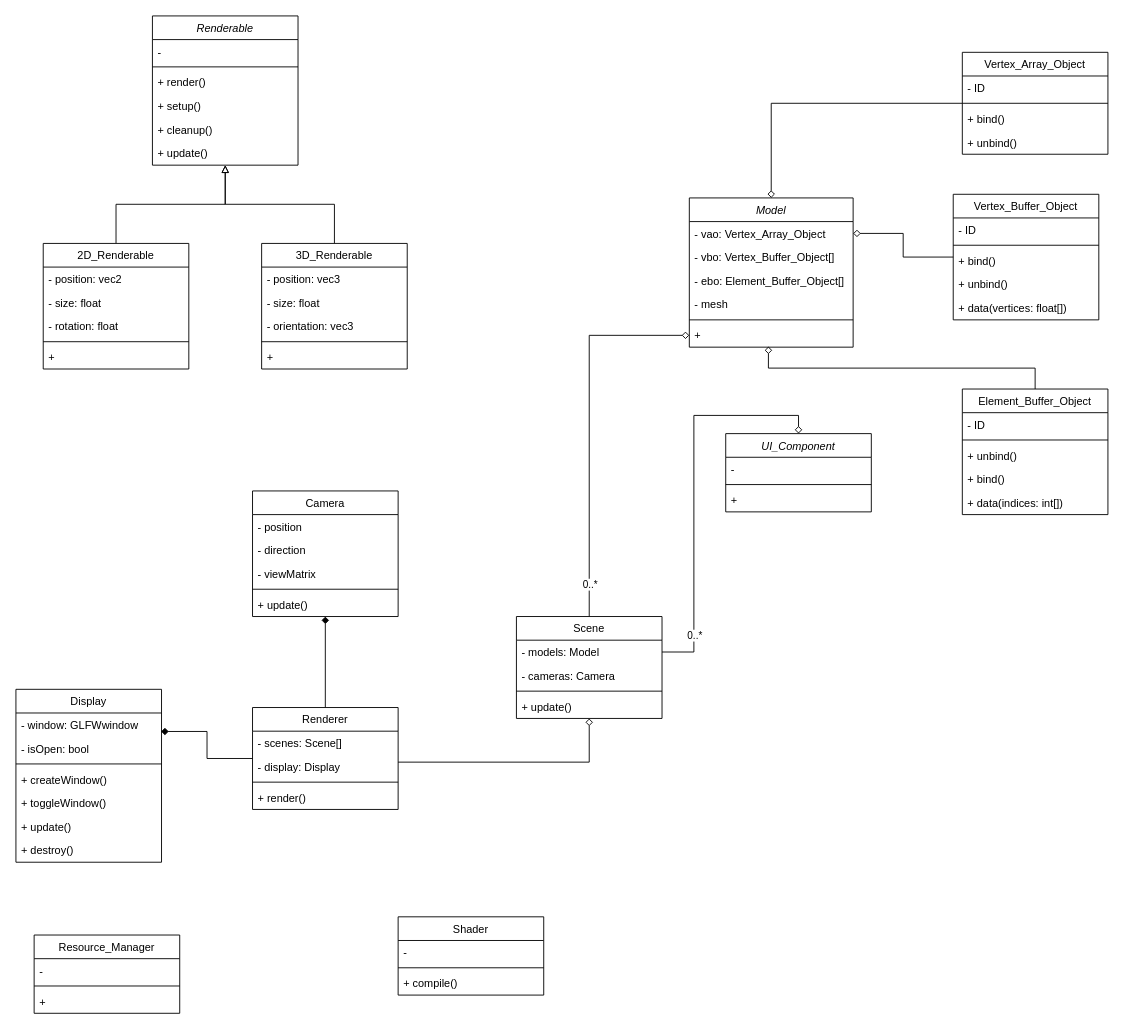
Earlier version of the draw.io diagram Render_Engine.drawio (harriszk/science). Source tidied: cells renumbered, new cells numbered last; positions are measured from the earlier drawing's top-left corner, leaving out a move shared by most shapes. Both pictures are drawn from the tidied source at 91%, with x=0, y=0 at pixel (15, 15).
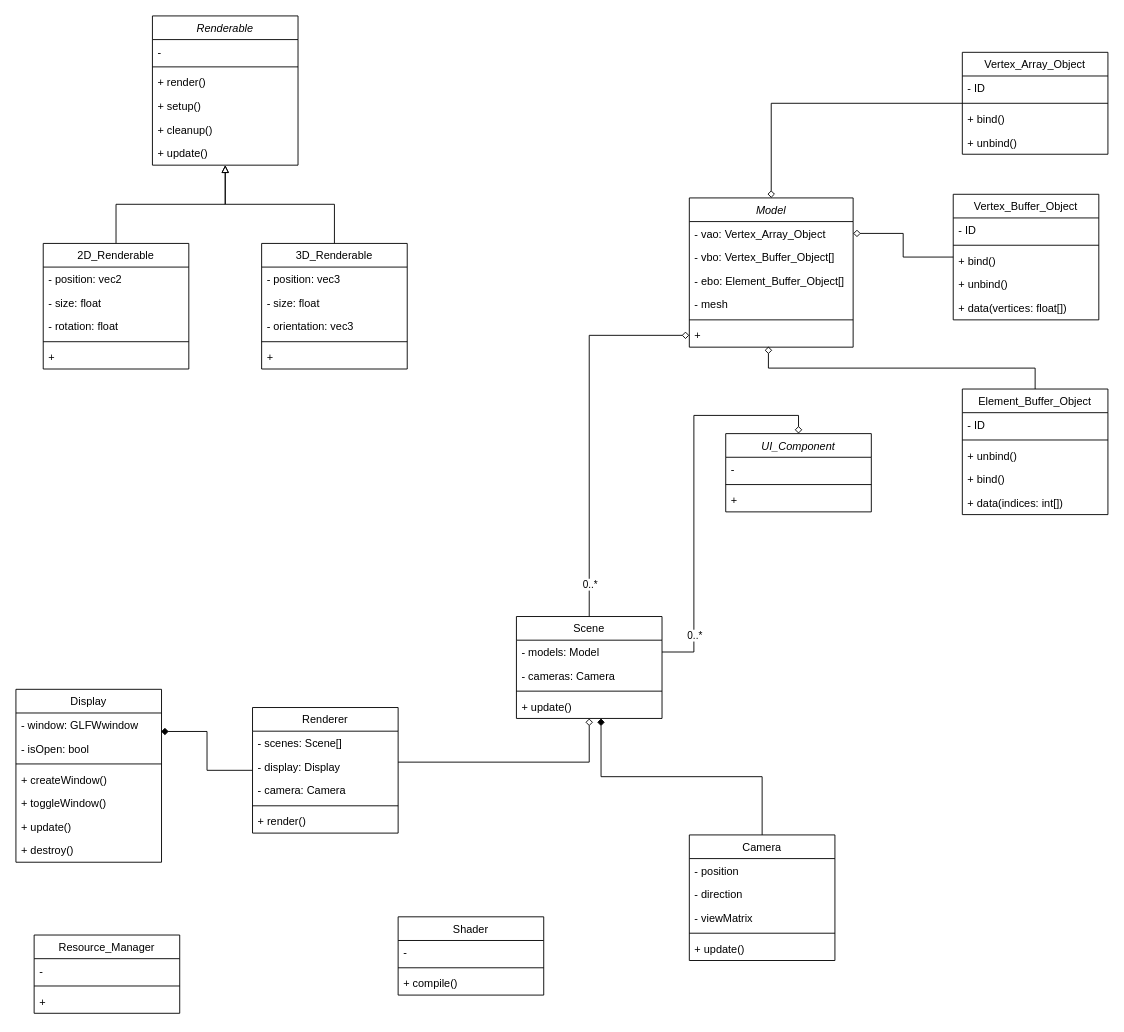
After the change.

The change refers to these unchanged cells:
```xml
<mxCell id="66" value="+ update()" style="text;align=left;verticalAlign=top;spacingLeft=4;spacingRight=4;overflow=hidden;points=[[0,0.5],[1,0.5]];portConstraint=eastwest;fontStyle=0;" parent="62" vertex="1">
  <mxGeometry y="86" width="160" height="26" as="geometry" />
</mxCell>
```

Diff of the diagram source:
```diff
@@
+    <mxCell id="93" style="edgeStyle=orthogonalEdgeStyle;rounded=0;html=1;entryX=0.581;entryY=1;entryDx=0;entryDy=0;entryPerimeter=0;endArrow=diamond;endFill=1;" parent="1" edge="1" source="54" target="66">
+      <mxGeometry relative="1" as="geometry" />
+    </mxCell>
     <mxCell id="54" value="Camera" style="swimlane;fontStyle=0;align=center;verticalAlign=top;horizontal=1;startSize=26;rounded=0;shadow=0;strokeWidth=1;" parent="1" vertex="1">
-      <mxGeometry x="260" y="522" width="160" height="138" as="geometry" />
+      <mxGeometry x="740" y="900" width="160" height="138" as="geometry" />
     </mxCell>
@@
-    <mxCell id="69" style="edgeStyle=none;html=1;endArrow=diamond;endFill=1;" parent="1" edge="1" source="70">
-      <mxGeometry relative="1" as="geometry">
-        <mxPoint x="340" y="660" as="targetPoint" />
-      </mxGeometry>
-    </mxCell>
     <mxCell id="70" value="Renderer" style="swimlane;fontStyle=0;align=center;verticalAlign=top;horizontal=1;startSize=26;rounded=0;shadow=0;strokeWidth=1;" parent="1" vertex="1">
-      <mxGeometry x="260" y="760" width="160" height="112" as="geometry" />
+      <mxGeometry x="260" y="760" width="160" height="138" as="geometry" />
     </mxCell>
@@
+    <mxCell id="94" value="- camera: Camera" style="text;align=left;verticalAlign=top;spacingLeft=4;spacingRight=4;overflow=hidden;" parent="70" vertex="1">
+      <mxGeometry y="78" width="160" height="26" as="geometry" />
+    </mxCell>
     <mxCell id="73" style="line;html=1;strokeWidth=1;align=left;verticalAlign=middle;spacingTop=-1;spacingLeft=3;spacingRight=3;labelPosition=right;" parent="70" vertex="1">
-      <mxGeometry y="78" width="160" height="8" as="geometry" />
+      <mxGeometry y="104" width="160" height="8" as="geometry" />
     </mxCell>
     <mxCell id="74" value="+ render()" style="text;align=left;verticalAlign=top;spacingLeft=4;spacingRight=4;overflow=hidden;fontStyle=0;" parent="70" vertex="1">
-      <mxGeometry y="86" width="160" height="26" as="geometry" />
+      <mxGeometry y="112" width="160" height="26" as="geometry" />
     </mxCell>
```
